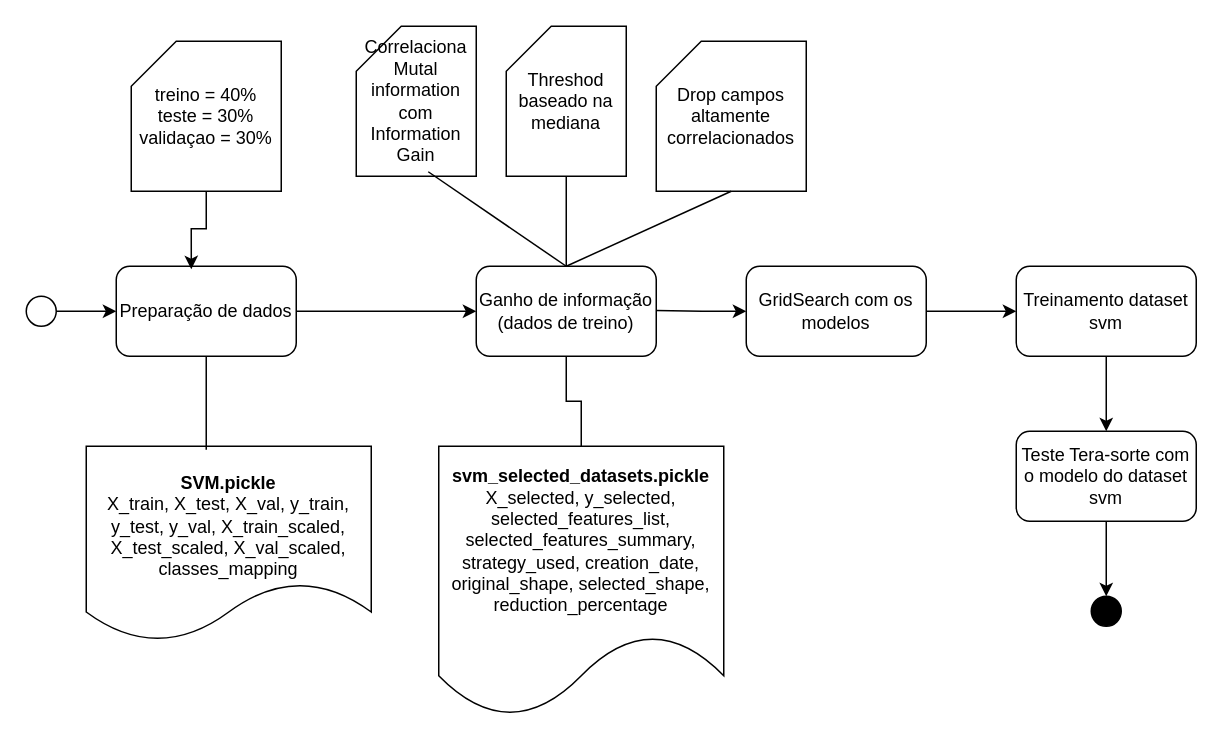
Before: page "Página-1" (1 of 2) of informacao/diagrama_tcc.drawio in leopiresss/analise_kubemon, a draw.io diagram. Source tidied: cells renumbered, new cells numbered last; positions are measured from the earlier drawing's top-left corner, leaving out a move shared by most shapes. Both pictures are drawn from the tidied source at 150%, with x=0, y=0 at pixel (26, 26).
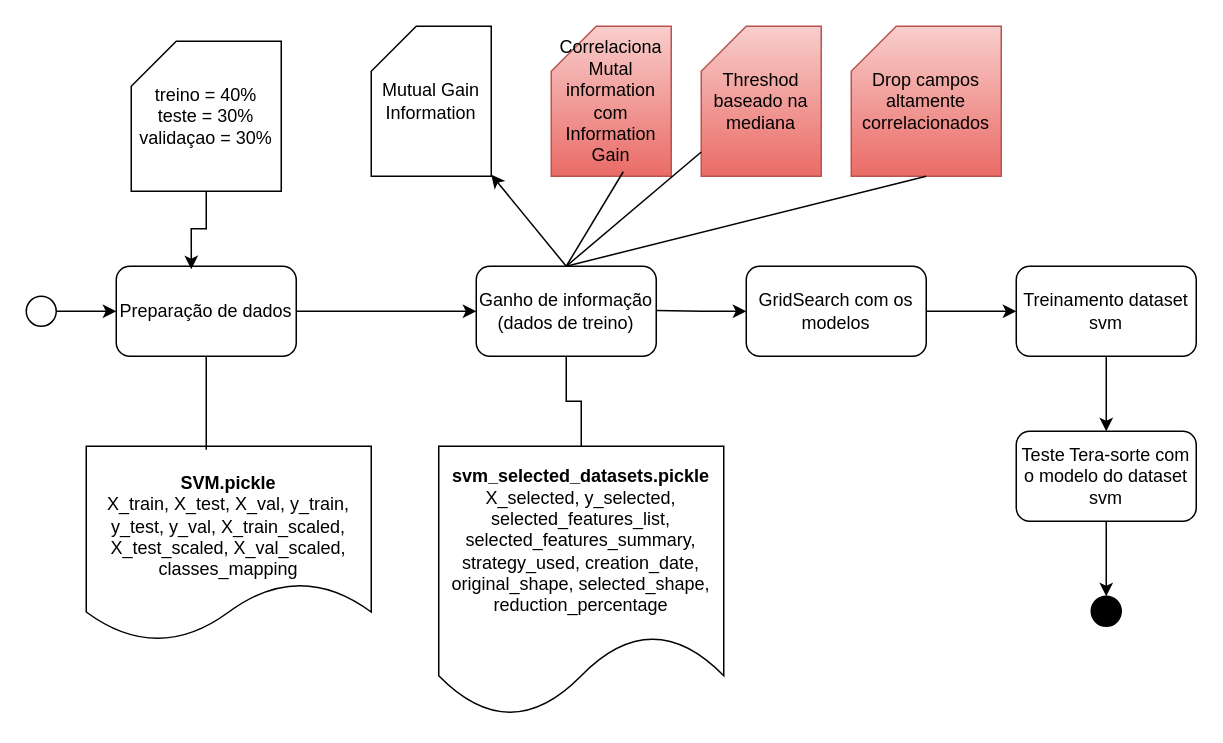
After the change.

Unchanged cells that the change refers to:
```xml
<mxCell id="8" value="Ganho de informação&lt;br&gt;(dados de treino)" style="rounded=1;whiteSpace=wrap;html=1;" parent="1" vertex="1">
  <mxGeometry x="300" y="160" width="120" height="60" as="geometry" />
</mxCell>
```

What changed in the source:
```diff
@@
+    <mxCell id="27" style="rounded=0;jettySize=auto;html=1;exitX=0.5;exitY=0;exitDx=0;exitDy=0;" parent="1" edge="1" source="8" target="28">
+      <mxGeometry relative="1" as="geometry" />
+    </mxCell>
@@
-    <mxCell id="9" value="Correlaciona Mutal information com Information Gain" style="shape=card;whiteSpace=wrap;html=1;" parent="1" vertex="1">
-      <mxGeometry x="220" width="80" height="100" as="geometry" />
+    <mxCell id="9" value="Correlaciona Mutal information com Information Gain" style="shape=card;whiteSpace=wrap;html=1;fillColor=#f8cecc;gradientColor=#ea6b66;strokeColor=#b85450;" parent="1" vertex="1">
+      <mxGeometry x="350" width="80" height="100" as="geometry" />
     </mxCell>
@@
-    <mxCell id="13" value="Threshod baseado na mediana" style="shape=card;whiteSpace=wrap;html=1;" parent="1" vertex="1">
-      <mxGeometry x="320" width="80" height="100" as="geometry" />
+    <mxCell id="13" value="Threshod baseado na mediana" style="shape=card;whiteSpace=wrap;html=1;fillColor=#f8cecc;strokeColor=#b85450;gradientColor=#ea6b66;" parent="1" vertex="1">
+      <mxGeometry x="450" width="80" height="100" as="geometry" />
     </mxCell>
-    <mxCell id="14" value="Drop campos altamente correlacionados" style="shape=card;whiteSpace=wrap;html=1;" parent="1" vertex="1">
-      <mxGeometry x="420" y="10" width="100" height="100" as="geometry" />
+    <mxCell id="14" value="Drop campos altamente correlacionados" style="shape=card;whiteSpace=wrap;html=1;fillColor=#f8cecc;gradientColor=#ea6b66;strokeColor=#b85450;" parent="1" vertex="1">
+      <mxGeometry x="550" width="100" height="100" as="geometry" />
     </mxCell>
@@
+    <mxCell id="28" value="Mutual Gain Information" style="shape=card;whiteSpace=wrap;html=1;" parent="1" vertex="1">
+      <mxGeometry x="230" width="80" height="100" as="geometry" />
+    </mxCell>
```
